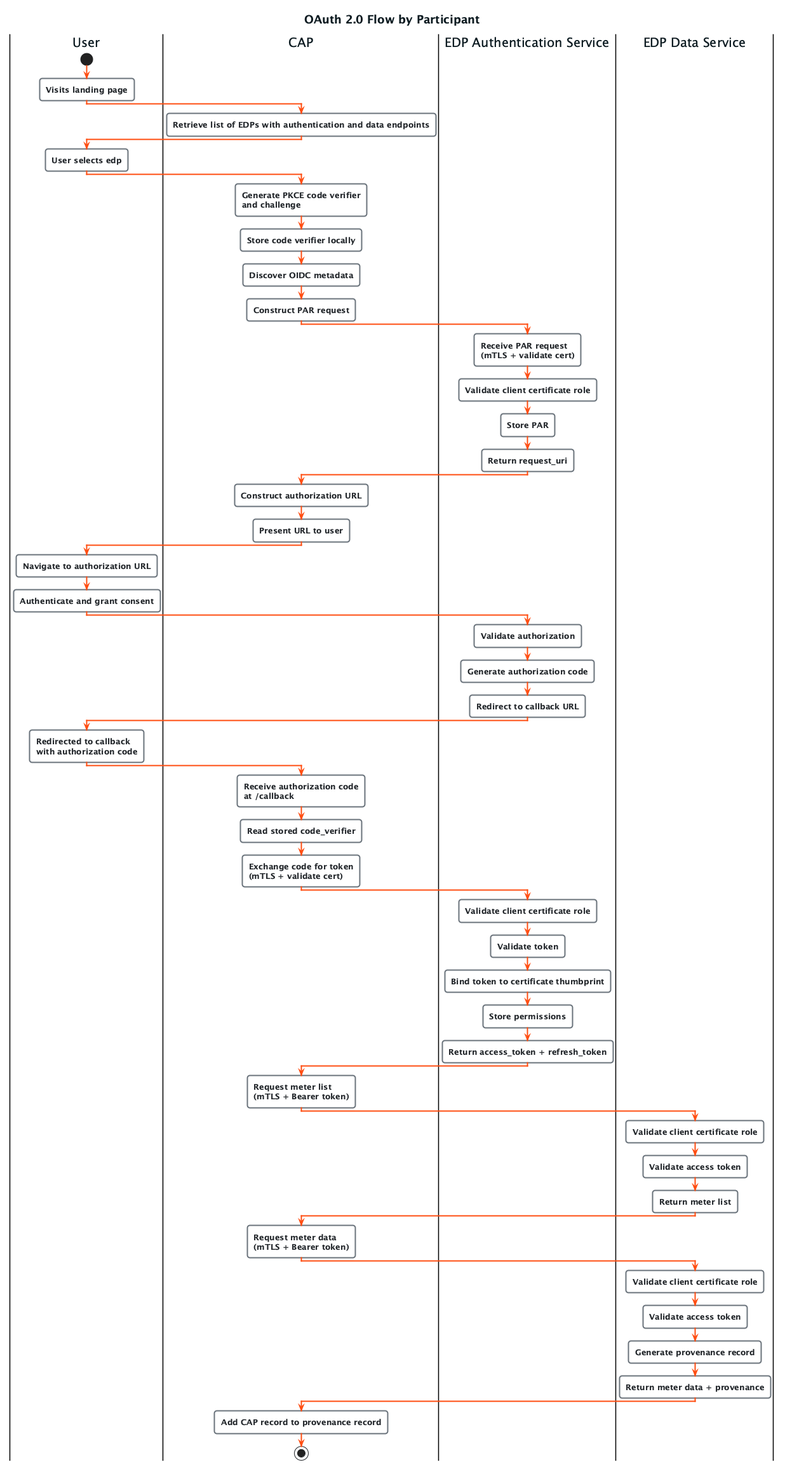
Earlier version of the PlantUML export Authentication Flow - Swimlane Diagram.png (icebreakerone/perseus-sequence-diagrams).
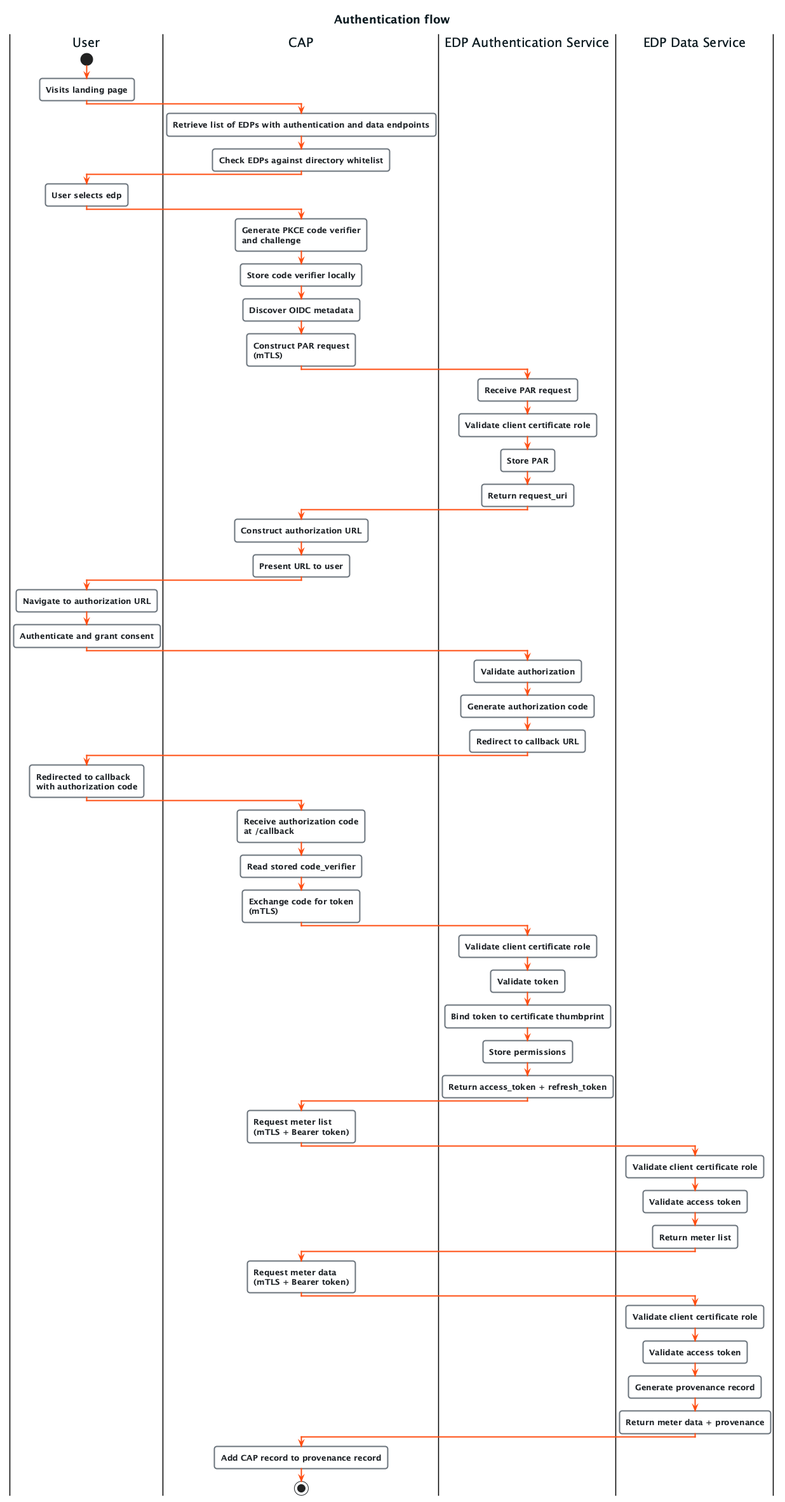
After the change.

Commit message:
Correct mtls connections

Change to the diagram source:
```diff
@@ -1,6 +1,6 @@
 @startuml Authentication Flow - Swimlane Diagram
 !include perseus-theme.puml
-title OAuth 2.0 Flow by Participant
+title Authentication flow
 
 |User|
 start
@@ -8,6 +8,7 @@
 
 |CAP|
 :Retrieve list of EDPs with authentication and data endpoints;
+:Check EDPs against directory whitelist;
 
 |User|
 :User selects edp;
@@ -16,10 +17,10 @@
 :Generate PKCE code verifier\nand challenge;
 :Store code verifier locally;
 :Discover OIDC metadata;
-:Construct PAR request;
+:Construct PAR request\n(mTLS);
 
 |EDP Authentication Service|
-:Receive PAR request\n(mTLS + validate cert);
+:Receive PAR request;
 :Validate client certificate role;
 :Store PAR;
 :Return request_uri;
@@ -45,7 +46,7 @@
 :Read stored code_verifier;
 
 |CAP|
-:Exchange code for token\n(mTLS + validate cert);
+:Exchange code for token\n(mTLS);
 
 |EDP Authentication Service|
 :Validate client certificate role;
```
